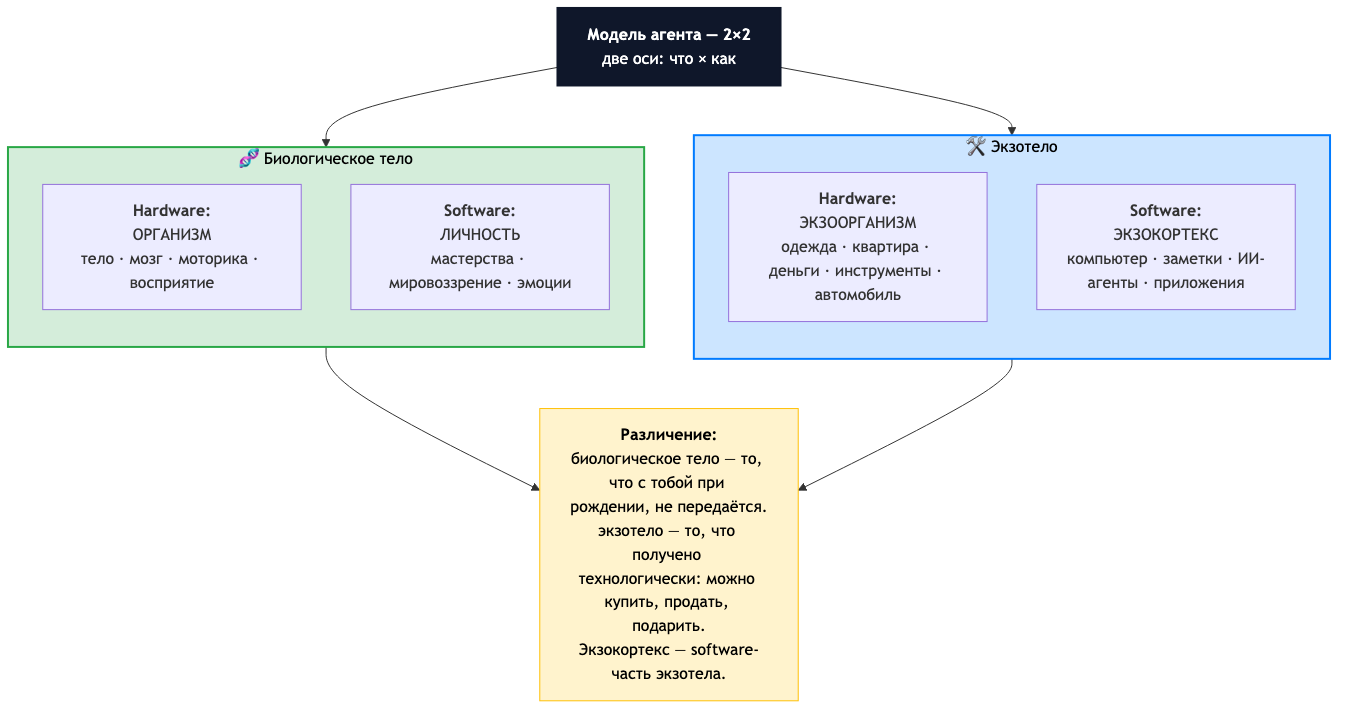
TserenTserenov/DS-Knowledge-Index-Tseren keeps this Mermaid diagram as docs/2026/09-апрель/123-2026-04-26-ss-practicum-lesson-8-personality-agent-ai/cover.png. Above is the earlier version. Its source is kept beside it as docs/2026/09-апрель/123-2026-04-26-ss-practicum-lesson-8-personality-agent-ai/cover.mmd.
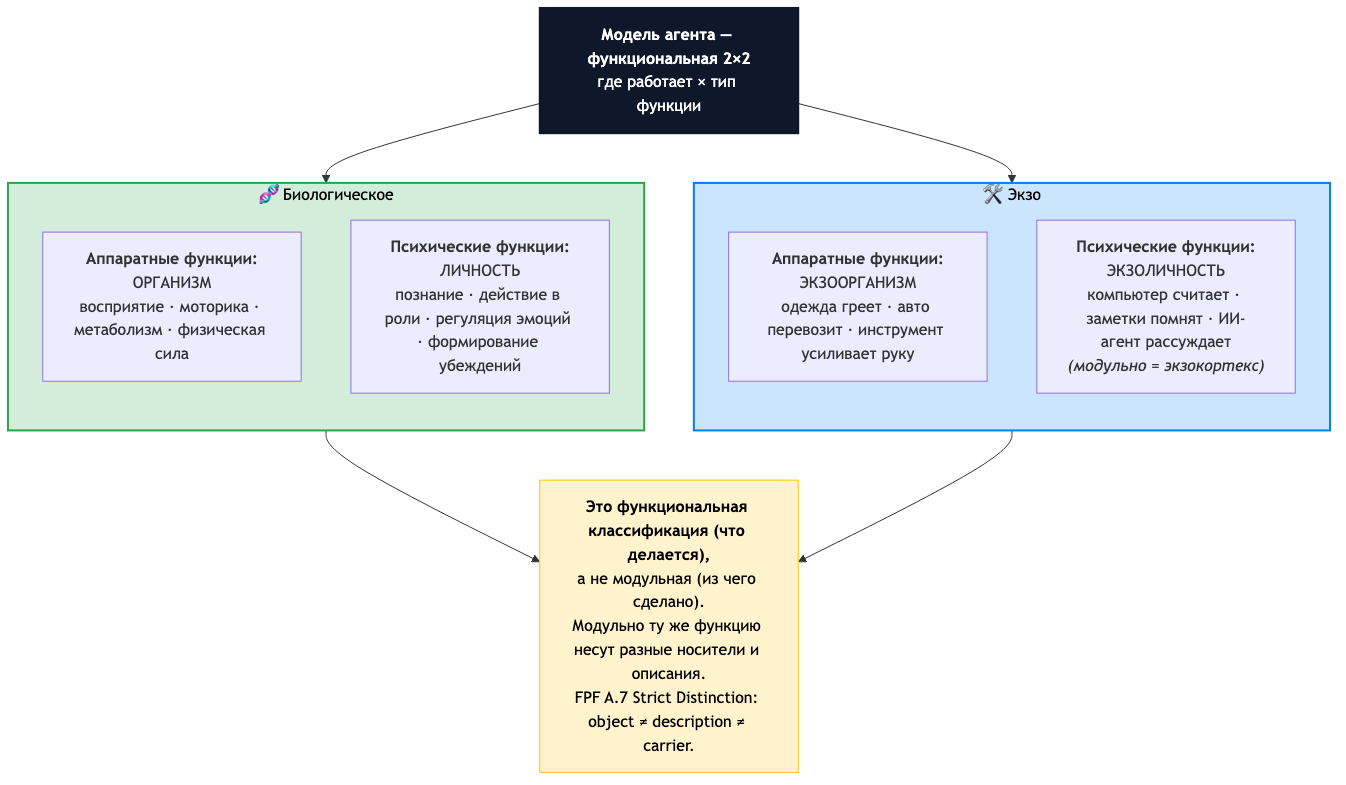
After the commit.

Commit message:
lesson-8 club: переработка под FPF A.7 (вариант C — функциональная 2×2)

Diff of the diagram source:
```diff
@@ -1,22 +1,22 @@
 flowchart TB
-    Title["<b>Модель агента — 2×2</b><br/>две оси: что × как"]
+    Title["<b>Модель агента — функциональная 2×2</b><br/>где работает × тип функции"]
 
-    subgraph Bio["🧬 Биологическое тело"]
+    subgraph Bio["🧬 Биологическое"]
         direction TB
-        Bio_HW["<b>Hardware:</b><br/>ОРГАНИЗМ<br/>тело · мозг · моторика · восприятие"]
-        Bio_SW["<b>Software:</b><br/>ЛИЧНОСТЬ<br/>мастерства · мировоззрение · эмоции"]
+        Bio_HW["<b>Аппаратные функции:</b><br/>ОРГАНИЗМ<br/>восприятие · моторика · метаболизм · физическая сила"]
+        Bio_SW["<b>Психические функции:</b><br/>ЛИЧНОСТЬ<br/>познание · действие в роли · регуляция эмоций · формирование убеждений"]
     end
 
-    subgraph Exo["🛠️ Экзотело"]
+    subgraph Exo["🛠️ Экзо"]
         direction TB
-        Exo_HW["<b>Hardware:</b><br/>ЭКЗООРГАНИЗМ<br/>одежда · квартира · деньги · инструменты · автомобиль"]
-        Exo_SW["<b>Software:</b><br/>ЭКЗОКОРТЕКС<br/>компьютер · заметки · ИИ-агенты · приложения"]
+        Exo_HW["<b>Аппаратные функции:</b><br/>ЭКЗООРГАНИЗМ<br/>одежда греет · авто перевозит · инструмент усиливает руку"]
+        Exo_SW["<b>Психические функции:</b><br/>ЭКЗОЛИЧНОСТЬ<br/>компьютер считает · заметки помнят · ИИ-агент рассуждает<br/><i>(модульно = экзокортекс)</i>"]
     end
 
     Title --> Bio
     Title --> Exo
 
-    Note["<b>Различение:</b><br/>биологическое тело — то, что с тобой при рождении, не передаётся.<br/>экзотело — то, что получено технологически: можно купить, продать, подарить.<br/>Экзокортекс — software-часть экзотела."]
+    Note["<b>Это функциональная классификация (что делается),</b><br/>а не модульная (из чего сделано).<br/>Модульно ту же функцию несут разные носители и описания.<br/>FPF A.7 Strict Distinction: object ≠ description ≠ carrier."]
 
     Bio --> Note
     Exo --> Note
```
